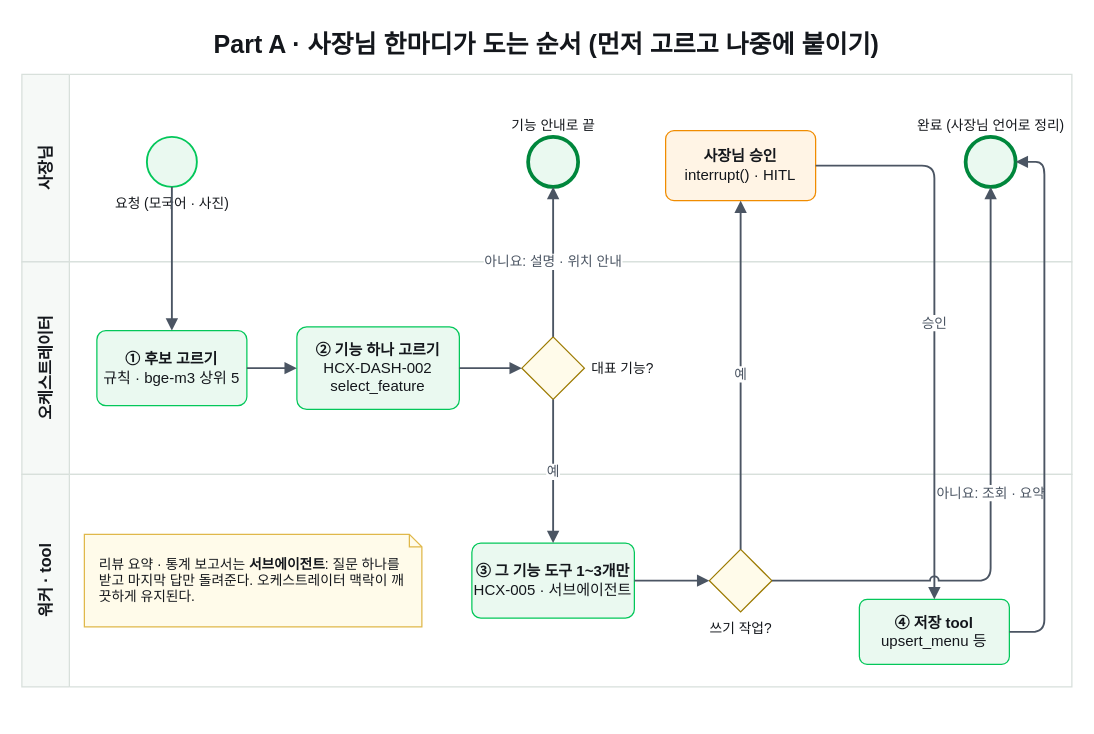
The draw.io diagram docs/diagrams/03b-assistant-routing.drawio in Happ11quokka/AgentHan, before the edit. Source tidied: cells renumbered, new cells numbered last; positions are measured from the earlier drawing's top-left corner, leaving out a move shared by most shapes. Both pictures are drawn from the tidied source at 125%, with x=0, y=0 at pixel (21, 21).
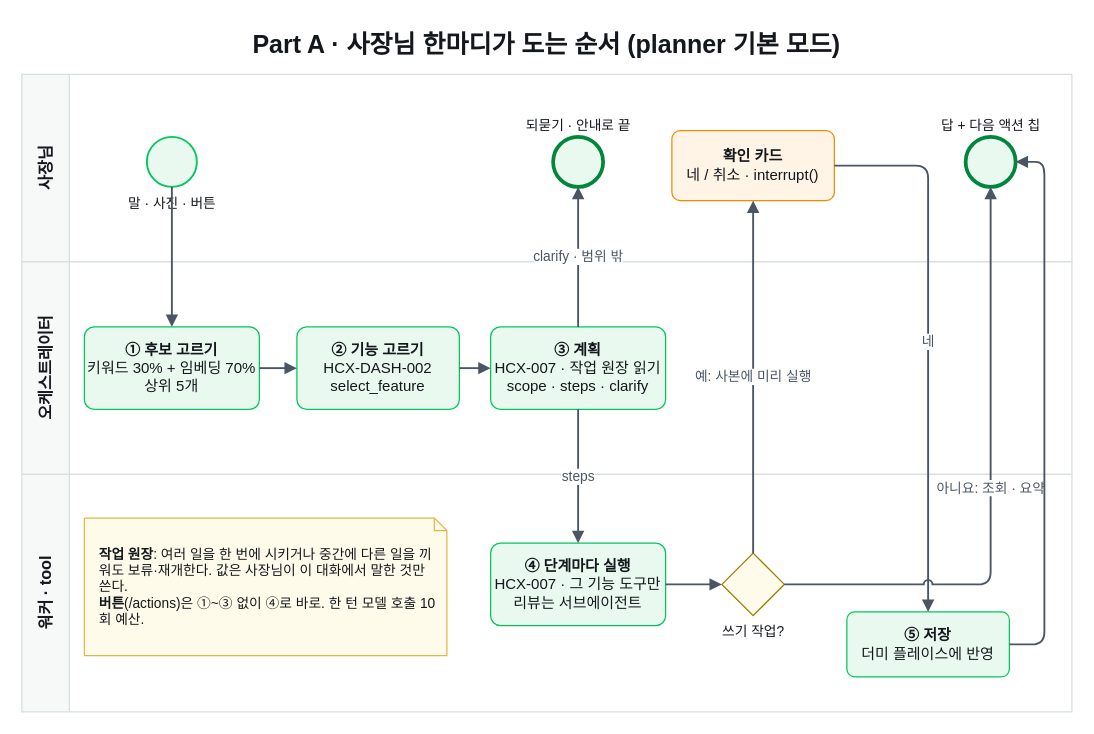
The same diagram, later.

What changed in the source:
```diff
@@
-    <mxCell id="2" value="Part A · 사장님 한마디가 도는 순서 (먼저 고르고 나중에 붙이기)" style="text;fontFamily=Pretendard;fontSize=20;fontStyle=1;fontColor=#14171C;align=center;verticalAlign=middle;whiteSpace=wrap;html=1;" parent="1" vertex="1">
+    <mxCell id="2" value="Part A · 사장님 한마디가 도는 순서 (planner 기본 모드)" style="text;fontFamily=Pretendard;fontSize=20;fontStyle=1;fontColor=#14171C;align=center;verticalAlign=middle;whiteSpace=wrap;html=1;" parent="1" vertex="1">
       <mxGeometry width="840" height="34" as="geometry" />
     </mxCell>
@@
     <mxCell id="5" value="워커 · tool" style="swimlane;horizontal=0;startSize=38;fillColor=#F6F9F7;strokeColor=#D8E0DB;fontStyle=1;fontSize=13;fontColor=#14171C;fontFamily=Pretendard;swimlaneFillColor=#ffffff;whiteSpace=wrap;html=1;" parent="1" vertex="1">
-      <mxGeometry y="362" width="840" height="170" as="geometry" />
+      <mxGeometry y="362" width="840" height="190" as="geometry" />
     </mxCell>
-    <mxCell id="6" value="요청 (모국어 · 사진)" style="ellipse;fillColor=#EAF9F0;strokeColor=#03C75A;strokeWidth=1.5;fontFamily=Pretendard;fontSize=11;fontColor=#14171C;labelPosition=center;verticalLabelPosition=bottom;align=center;verticalAlign=top;html=1;" parent="1" vertex="1">
+    <mxCell id="6" value="말 · 사진 · 버튼" style="ellipse;fillColor=#EAF9F0;strokeColor=#03C75A;strokeWidth=1.5;fontFamily=Pretendard;fontSize=11;fontColor=#14171C;labelPosition=center;verticalLabelPosition=bottom;align=center;verticalAlign=top;html=1;" parent="1" vertex="1">
       <mxGeometry x="100" y="92" width="40" height="40" as="geometry" />
     </mxCell>
-    <mxCell id="7" value="기능 안내로 끝" style="ellipse;fillColor=#EAF9F0;strokeColor=#00873C;strokeWidth=3;fontFamily=Pretendard;fontSize=11;fontColor=#14171C;labelPosition=center;verticalLabelPosition=top;align=center;verticalAlign=bottom;html=1;" parent="1" vertex="1">
-      <mxGeometry x="405" y="92" width="40" height="40" as="geometry" />
+    <mxCell id="7" value="되묻기 · 안내로 끝" style="ellipse;fillColor=#EAF9F0;strokeColor=#00873C;strokeWidth=3;fontFamily=Pretendard;fontSize=11;fontColor=#14171C;labelPosition=center;verticalLabelPosition=top;align=center;verticalAlign=bottom;html=1;" parent="1" vertex="1">
+      <mxGeometry x="425" y="92" width="40" height="40" as="geometry" />
     </mxCell>
-    <mxCell id="8" value="&lt;b&gt;사장님 승인&lt;/b&gt;&lt;br&gt;interrupt() · HITL" style="rounded=1;arcSize=12;fontFamily=Pretendard;fontSize=12;fontColor=#14171C;fillColor=#FFF4E5;strokeColor=#F08C00;whiteSpace=wrap;html=1;" parent="1" vertex="1">
-      <mxGeometry x="515" y="87" width="120" height="56" as="geometry" />
+    <mxCell id="8" value="&lt;b&gt;확인 카드&lt;/b&gt;&lt;br&gt;네 / 취소 · interrupt()" style="rounded=1;arcSize=12;fontFamily=Pretendard;fontSize=12;fontColor=#14171C;fillColor=#FFF4E5;strokeColor=#F08C00;whiteSpace=wrap;html=1;" parent="1" vertex="1">
+      <mxGeometry x="520" y="87" width="130" height="56" as="geometry" />
     </mxCell>
-    <mxCell id="9" value="완료 (사장님 언어로 정리)" style="ellipse;fillColor=#EAF9F0;strokeColor=#00873C;strokeWidth=3;fontFamily=Pretendard;fontSize=11;fontColor=#14171C;labelPosition=center;verticalLabelPosition=top;align=center;verticalAlign=bottom;html=1;" parent="1" vertex="1">
+    <mxCell id="9" value="답 + 다음 액션 칩" style="ellipse;fillColor=#EAF9F0;strokeColor=#00873C;strokeWidth=3;fontFamily=Pretendard;fontSize=11;fontColor=#14171C;labelPosition=center;verticalLabelPosition=top;align=center;verticalAlign=bottom;html=1;" parent="1" vertex="1">
       <mxGeometry x="755" y="92" width="40" height="40" as="geometry" />
     </mxCell>
-    <mxCell id="10" value="&lt;b&gt;① 후보 고르기&lt;/b&gt;&lt;br&gt;규칙 · bge-m3 상위 5" style="rounded=1;arcSize=12;fillColor=#EAF9F0;strokeColor=#03C75A;fontFamily=Pretendard;fontSize=12;fontColor=#14171C;whiteSpace=wrap;html=1;" parent="1" vertex="1">
-      <mxGeometry x="60" y="247" width="120" height="60" as="geometry" />
+    <mxCell id="10" value="&lt;b&gt;① 후보 고르기&lt;/b&gt;&lt;br&gt;키워드 30% + 임베딩 70%&lt;br&gt;상위 5개" style="rounded=1;arcSize=12;fillColor=#EAF9F0;strokeColor=#03C75A;fontFamily=Pretendard;fontSize=12;fontColor=#14171C;whiteSpace=wrap;html=1;" parent="1" vertex="1">
+      <mxGeometry x="50" y="244" width="140" height="66" as="geometry" />
     </mxCell>
-    <mxCell id="11" value="&lt;b&gt;② 기능 하나 고르기&lt;/b&gt;&lt;br&gt;HCX-DASH-002&lt;br&gt;select_feature" style="rounded=1;arcSize=12;fillColor=#EAF9F0;strokeColor=#03C75A;fontFamily=Pretendard;fontSize=12;fontColor=#14171C;whiteSpace=wrap;html=1;" parent="1" vertex="1">
+    <mxCell id="11" value="&lt;b&gt;② 기능 고르기&lt;/b&gt;&lt;br&gt;HCX-DASH-002&lt;br&gt;select_feature" style="rounded=1;arcSize=12;fillColor=#EAF9F0;strokeColor=#03C75A;fontFamily=Pretendard;fontSize=12;fontColor=#14171C;whiteSpace=wrap;html=1;" parent="1" vertex="1">
       <mxGeometry x="220" y="244" width="130" height="66" as="geometry" />
     </mxCell>
-    <mxCell id="12" value="대표 기능?" style="rhombus;fillColor=#FFFBEA;strokeColor=#9C7A00;fontFamily=Pretendard;fontSize=11;fontColor=#14171C;labelPosition=right;verticalLabelPosition=middle;align=left;verticalAlign=middle;spacingLeft=4;html=1;" parent="1" vertex="1">
-      <mxGeometry x="400" y="252" width="50" height="50" as="geometry" />
-    </mxCell>
-    <mxCell id="13" value="&lt;b&gt;③ 그 기능 도구 1~3개만&lt;/b&gt;&lt;br&gt;HCX-005 · 서브에이전트" style="rounded=1;arcSize=12;fillColor=#EAF9F0;strokeColor=#03C75A;fontFamily=Pretendard;fontSize=12;fontColor=#14171C;whiteSpace=wrap;html=1;" parent="1" vertex="1">
-      <mxGeometry x="360" y="417" width="130" height="60" as="geometry" />
+    <mxCell id="13" value="&lt;b&gt;③ 계획&lt;/b&gt;&lt;br&gt;HCX-007 · 작업 원장 읽기&lt;br&gt;scope · steps · clarify" style="rounded=1;arcSize=12;fillColor=#EAF9F0;strokeColor=#03C75A;fontFamily=Pretendard;fontSize=12;fontColor=#14171C;whiteSpace=wrap;html=1;" parent="1" vertex="1">
+      <mxGeometry x="375" y="244" width="140" height="66" as="geometry" />
     </mxCell>
+    <mxCell id="15" value="&lt;b&gt;④ 단계마다 실행&lt;/b&gt;&lt;br&gt;HCX-007 · 그 기능 도구만&lt;br&gt;리뷰는 서브에이전트" style="rounded=1;arcSize=12;fillColor=#EAF9F0;strokeColor=#03C75A;fontFamily=Pretendard;fontSize=12;fontColor=#14171C;whiteSpace=wrap;html=1;" parent="1" vertex="1">
+      <mxGeometry x="375" y="417" width="140" height="66" as="geometry" />
+    </mxCell>
     <mxCell id="14" value="쓰기 작업?" style="rhombus;fillColor=#FFFBEA;strokeColor=#9C7A00;fontFamily=Pretendard;fontSize=11;fontColor=#14171C;labelPosition=center;verticalLabelPosition=bottom;align=center;verticalAlign=top;html=1;" parent="1" vertex="1">
-      <mxGeometry x="550" y="422" width="50" height="50" as="geometry" />
+      <mxGeometry x="560" y="425" width="50" height="50" as="geometry" />
     </mxCell>
-    <mxCell id="15" value="&lt;b&gt;④ 저장 tool&lt;/b&gt;&lt;br&gt;upsert_menu 등" style="rounded=1;arcSize=12;fillColor=#EAF9F0;strokeColor=#03C75A;fontFamily=Pretendard;fontSize=12;fontColor=#14171C;whiteSpace=wrap;html=1;" parent="1" vertex="1">
-      <mxGeometry x="670" y="462" width="120" height="52" as="geometry" />
-    </mxCell>
+    <mxCell id="27" value="&lt;b&gt;⑤ 저장&lt;/b&gt;&lt;br&gt;더미 플레이스에 반영" style="rounded=1;arcSize=12;fillColor=#EAF9F0;strokeColor=#03C75A;fontFamily=Pretendard;fontSize=12;fontColor=#14171C;whiteSpace=wrap;html=1;" parent="1" vertex="1">
+      <mxGeometry x="660" y="472" width="130" height="52" as="geometry" />
+    </mxCell>
-    <mxCell id="16" value="리뷰 요약 · 통계 보고서는 &lt;b&gt;서브에이전트&lt;/b&gt;: 질문 하나를 받고 마지막 답만 돌려준다. 오케스트레이터 맥락이 깨끗하게 유지된다." style="shape=note;size=10;fillColor=#FFFBEA;strokeColor=#E0B84A;align=left;spacingLeft=10;spacingRight=6;fontFamily=Pretendard;fontSize=11;fontColor=#14171C;whiteSpace=wrap;html=1;" parent="1" vertex="1">
-      <mxGeometry x="50" y="410" width="270" height="74" as="geometry" />
+    <mxCell id="16" value="&lt;b&gt;작업 원장&lt;/b&gt;: 여러 일을 한 번에 시키거나 중간에 다른 일을 끼워도 보류·재개한다. 값은 사장님이 이 대화에서 말한 것만 쓴다.&lt;br&gt;&lt;b&gt;버튼&lt;/b&gt;(/actions)은 ①~③ 없이 ④로 바로. 한 턴 모델 호출 10회 예산." style="shape=note;size=10;fillColor=#FFFBEA;strokeColor=#E0B84A;align=left;spacingLeft=10;spacingRight=6;fontFamily=Pretendard;fontSize=11;fontColor=#14171C;whiteSpace=wrap;html=1;" parent="1" vertex="1">
+      <mxGeometry x="50" y="397" width="290" height="110" as="geometry" />
     </mxCell>
     <mxCell id="17" style="edgeStyle=orthogonalEdgeStyle;rounded=1;strokeColor=#4B5563;strokeWidth=1.5;endArrow=block;endFill=1;fontFamily=Pretendard;fontSize=11;fontColor=#4B5563;labelBackgroundColor=#ffffff;jumpStyle=arc;exitX=0.5;exitY=1;entryX=0.5;entryY=0;html=1;" parent="1" edge="1" source="6" target="10">
-      <mxGeometry relative="1" as="geometry" />
+      <mxGeometry relative="1" as="geometry">
+        <Array as="points">
+          <mxPoint x="120" y="192" />
+        </Array>
+      </mxGeometry>
     </mxCell>
@@
-    <mxCell id="19" style="edgeStyle=orthogonalEdgeStyle;rounded=1;strokeColor=#4B5563;strokeWidth=1.5;endArrow=block;endFill=1;fontFamily=Pretendard;fontSize=11;fontColor=#4B5563;labelBackgroundColor=#ffffff;jumpStyle=arc;exitX=1;exitY=0.5;entryX=0;entryY=0.5;html=1;" parent="1" edge="1" source="11" target="12">
+    <mxCell id="19" style="edgeStyle=orthogonalEdgeStyle;rounded=1;strokeColor=#4B5563;strokeWidth=1.5;endArrow=block;endFill=1;fontFamily=Pretendard;fontSize=11;fontColor=#4B5563;labelBackgroundColor=#ffffff;jumpStyle=arc;exitX=1;exitY=0.5;entryX=0;entryY=0.5;html=1;" parent="1" edge="1" source="11" target="13">
       <mxGeometry relative="1" as="geometry" />
     </mxCell>
-    <mxCell id="20" value="아니요: 설명 · 위치 안내" style="edgeStyle=orthogonalEdgeStyle;rounded=1;strokeColor=#4B5563;strokeWidth=1.5;endArrow=block;endFill=1;fontFamily=Pretendard;fontSize=11;fontColor=#4B5563;labelBackgroundColor=#ffffff;jumpStyle=arc;exitX=0.5;exitY=0;entryX=0.5;entryY=1;html=1;" parent="1" edge="1" source="12" target="7">
+    <mxCell id="20" value="clarify · 범위 밖" style="edgeStyle=orthogonalEdgeStyle;rounded=1;strokeColor=#4B5563;strokeWidth=1.5;endArrow=block;endFill=1;fontFamily=Pretendard;fontSize=11;fontColor=#4B5563;labelBackgroundColor=#ffffff;jumpStyle=arc;exitX=0.5;exitY=0;entryX=0.5;entryY=1;html=1;" parent="1" edge="1" source="13" target="7">
       <mxGeometry relative="1" as="geometry" />
     </mxCell>
-    <mxCell id="21" value="예" style="edgeStyle=orthogonalEdgeStyle;rounded=1;strokeColor=#4B5563;strokeWidth=1.5;endArrow=block;endFill=1;fontFamily=Pretendard;fontSize=11;fontColor=#4B5563;labelBackgroundColor=#ffffff;jumpStyle=arc;exitX=0.5;exitY=1;entryX=0.5;entryY=0;html=1;" parent="1" edge="1" source="12" target="13">
+    <mxCell id="21" value="steps" style="edgeStyle=orthogonalEdgeStyle;rounded=1;strokeColor=#4B5563;strokeWidth=1.5;endArrow=block;endFill=1;fontFamily=Pretendard;fontSize=11;fontColor=#4B5563;labelBackgroundColor=#ffffff;jumpStyle=arc;exitX=0.5;exitY=1;entryX=0.5;entryY=0;html=1;" parent="1" edge="1" source="13" target="15">
       <mxGeometry relative="1" as="geometry" />
     </mxCell>
-    <mxCell id="22" style="edgeStyle=orthogonalEdgeStyle;rounded=1;strokeColor=#4B5563;strokeWidth=1.5;endArrow=block;endFill=1;fontFamily=Pretendard;fontSize=11;fontColor=#4B5563;labelBackgroundColor=#ffffff;jumpStyle=arc;exitX=1;exitY=0.5;entryX=0;entryY=0.5;html=1;" parent="1" edge="1" source="13" target="14">
+    <mxCell id="22" style="edgeStyle=orthogonalEdgeStyle;rounded=1;strokeColor=#4B5563;strokeWidth=1.5;endArrow=block;endFill=1;fontFamily=Pretendard;fontSize=11;fontColor=#4B5563;labelBackgroundColor=#ffffff;jumpStyle=arc;exitX=1;exitY=0.5;entryX=0;entryY=0.5;html=1;" parent="1" edge="1" source="15" target="14">
       <mxGeometry relative="1" as="geometry" />
     </mxCell>
-    <mxCell id="23" value="예" style="edgeStyle=orthogonalEdgeStyle;rounded=1;strokeColor=#4B5563;strokeWidth=1.5;endArrow=block;endFill=1;fontFamily=Pretendard;fontSize=11;fontColor=#4B5563;labelBackgroundColor=#ffffff;jumpStyle=arc;exitX=0.5;exitY=0;entryX=0.5;entryY=1;html=1;" parent="1" edge="1" source="14" target="8">
-      <mxGeometry relative="1" as="geometry" />
+    <mxCell id="23" value="예: 사본에 미리 실행" style="edgeStyle=orthogonalEdgeStyle;rounded=1;strokeColor=#4B5563;strokeWidth=1.5;endArrow=block;endFill=1;fontFamily=Pretendard;fontSize=11;fontColor=#4B5563;labelBackgroundColor=#ffffff;jumpStyle=arc;exitX=0.5;exitY=0;entryX=0.5;entryY=1;html=1;" parent="1" edge="1" source="14" target="8">
+      <mxGeometry relative="1" as="geometry">
+        <Array as="points">
+          <mxPoint x="585" y="292" />
+        </Array>
+      </mxGeometry>
     </mxCell>
-    <mxCell id="24" value="승인" style="edgeStyle=orthogonalEdgeStyle;rounded=1;strokeColor=#4B5563;strokeWidth=1.5;endArrow=block;endFill=1;fontFamily=Pretendard;fontSize=11;fontColor=#4B5563;labelBackgroundColor=#ffffff;jumpStyle=arc;exitX=1;exitY=0.5;entryX=0.5;entryY=0;html=1;" parent="1" edge="1" source="8" target="15">
+    <mxCell id="24" value="네" style="edgeStyle=orthogonalEdgeStyle;rounded=1;strokeColor=#4B5563;strokeWidth=1.5;endArrow=block;endFill=1;fontFamily=Pretendard;fontSize=11;fontColor=#4B5563;labelBackgroundColor=#ffffff;jumpStyle=arc;exitX=1;exitY=0.5;entryX=0.5;entryY=0;html=1;" parent="1" edge="1" source="8" target="27">
       <mxGeometry relative="1" as="geometry">
         <Array as="points">
-          <mxPoint x="730" y="115" />
+          <mxPoint x="725" y="115" />
+          <mxPoint x="725" y="292" />
         </Array>
       </mxGeometry>
     </mxCell>
     <mxCell id="25" value="아니요: 조회 · 요약" style="edgeStyle=orthogonalEdgeStyle;rounded=1;strokeColor=#4B5563;strokeWidth=1.5;endArrow=block;endFill=1;fontFamily=Pretendard;fontSize=11;fontColor=#4B5563;labelBackgroundColor=#ffffff;jumpStyle=arc;exitX=1;exitY=0.5;entryX=0.5;entryY=1;html=1;" parent="1" edge="1" source="14" target="9">
       <mxGeometry relative="1" as="geometry">
         <Array as="points">
-          <mxPoint x="775" y="447" />
+          <mxPoint x="775" y="450" />
+          <mxPoint x="775" y="292" />
         </Array>
       </mxGeometry>
     </mxCell>
-    <mxCell id="26" style="edgeStyle=orthogonalEdgeStyle;rounded=1;strokeColor=#4B5563;strokeWidth=1.5;endArrow=block;endFill=1;fontFamily=Pretendard;fontSize=11;fontColor=#4B5563;labelBackgroundColor=#ffffff;jumpStyle=arc;exitX=1;exitY=0.5;entryX=1;entryY=0.5;html=1;" parent="1" edge="1" source="15" target="9">
+    <mxCell id="26" style="edgeStyle=orthogonalEdgeStyle;rounded=1;strokeColor=#4B5563;strokeWidth=1.5;endArrow=block;endFill=1;fontFamily=Pretendard;fontSize=11;fontColor=#4B5563;labelBackgroundColor=#ffffff;jumpStyle=arc;exitX=1;exitY=0.5;entryX=1;entryY=0.5;html=1;" parent="1" edge="1" source="27" target="9">
       <mxGeometry relative="1" as="geometry">
         <Array as="points">
-          <mxPoint x="818" y="488" />
+          <mxPoint x="818" y="498" />
           <mxPoint x="818" y="112" />
         </Array>
       </mxGeometry>
     </mxCell>
```
